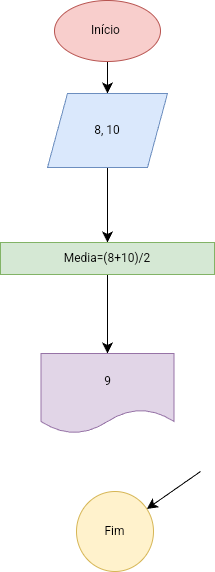
juliaaparecida120/PA_2025 keeps this draw.io diagram as variaveiseoperadoresaritimeticos/Cálculomédia.drawio.png. Above is the earlier version. Source tidied: cells renumbered, new cells last; positions are measured from the earlier drawing's top-left corner, leaving out a move shared by most shapes.
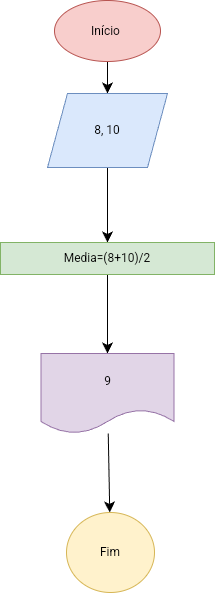
After the change.

Diff of the diagram source:
```diff
@@ -20,16 +20,14 @@
     <mxCell id="7" value="Media=(8+10)/2" style="whiteSpace=wrap;html=1;fillColor=#d5e8d4;strokeColor=#82b366;" parent="1" vertex="1">
       <mxGeometry y="242" width="214" height="32" as="geometry" />
     </mxCell>
-    <mxCell id="8" style="edgeStyle=none;curved=1;rounded=0;jettySize=auto;html=1;fontSize=12;startSize=8;endSize=8;" parent="1" edge="1" target="10">
-      <mxGeometry relative="1" as="geometry">
-        <mxPoint x="200" y="471" as="sourcePoint" />
-      </mxGeometry>
-    </mxCell>
+    <mxCell id="11" style="edgeStyle=none;curved=1;rounded=0;jettySize=auto;html=1;fontSize=12;startSize=8;endSize=8;" parent="1" edge="1" source="9" target="10">
+      <mxGeometry relative="1" as="geometry" />
+    </mxCell>
     <mxCell id="9" value="9" style="shape=document;whiteSpace=wrap;html=1;boundedLbl=1;fillColor=#e1d5e7;strokeColor=#9673a6;" parent="1" vertex="1">
       <mxGeometry x="40.5" y="353" width="133" height="80" as="geometry" />
     </mxCell>
     <mxCell id="10" value="Fim" style="ellipse;whiteSpace=wrap;html=1;fillColor=#fff2cc;strokeColor=#d6b656;" parent="1" vertex="1">
-      <mxGeometry x="76" y="491" width="77" height="80" as="geometry" />
+      <mxGeometry x="66" y="512" width="88" height="80" as="geometry" />
     </mxCell>
   </root>
 </mxGraphModel>
```
